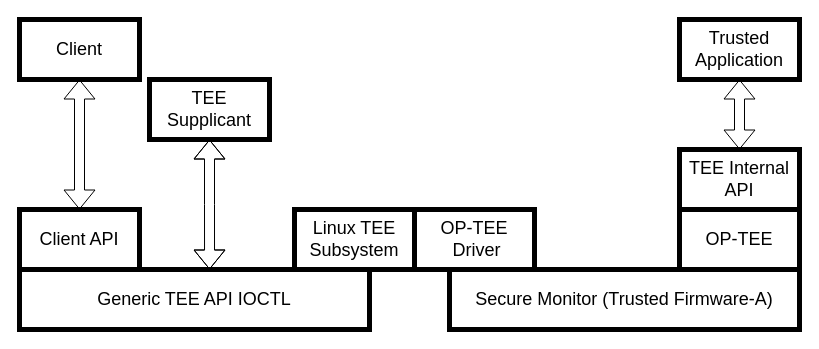
mrkct/tesi keeps this draw.io diagram as immagini/src/optee-system-architecture.drawio. Above is the earlier version. Source tidied: cells renumbered, new cells numbered last; positions are measured from the earlier drawing's top-left corner, leaving out a move shared by most shapes. Both pictures are drawn from the tidied source at 100%, with x=0, y=0 at pixel (19, 19).
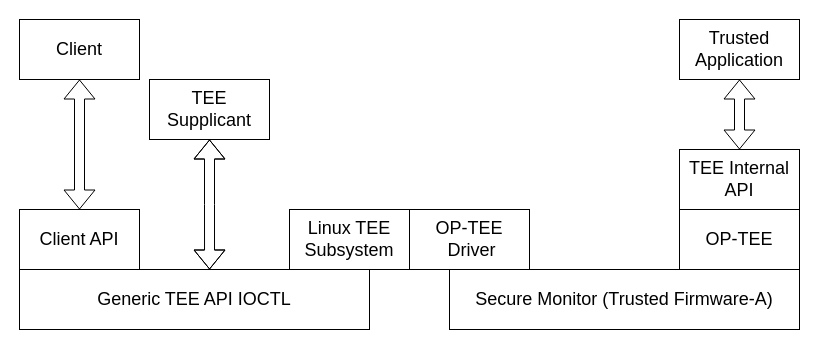
After the change.

What changed in the source:
```diff
@@
 <mxGraphModel>
   <root>
     <mxCell id="0" />
     <mxCell id="1" parent="0" />
     <mxCell id="2" style="edgeStyle=orthogonalEdgeStyle;shape=flexArrow;rounded=0;jettySize=auto;html=1;entryX=0.5;entryY=0;entryDx=0;entryDy=0;fontSize=18;endArrow=block;startArrow=block;" parent="1" edge="1" source="3" target="6">
       <mxGeometry relative="1" as="geometry" />
     </mxCell>
-    <mxCell id="3" value="&lt;font style=&quot;font-size: 18px;&quot;&gt;Client&lt;/font&gt;" style="rounded=0;whiteSpace=wrap;html=1;strokeWidth=5;" parent="1" vertex="1">
+    <mxCell id="3" value="&lt;font style=&quot;font-size: 18px;&quot;&gt;Client&lt;/font&gt;" style="rounded=0;whiteSpace=wrap;html=1;strokeWidth=1;" parent="1" vertex="1">
       <mxGeometry width="120" height="60" as="geometry" />
     </mxCell>
     <mxCell id="4" style="edgeStyle=orthogonalEdgeStyle;shape=flexArrow;rounded=0;jettySize=auto;html=1;entryX=0.543;entryY=0;entryDx=0;entryDy=0;entryPerimeter=0;fontSize=18;startArrow=block;endArrow=block;" parent="1" edge="1" source="5" target="7">
       <mxGeometry relative="1" as="geometry" />
     </mxCell>
-    <mxCell id="5" value="&lt;font style=&quot;font-size: 18px;&quot;&gt;TEE Supplicant&lt;/font&gt;" style="rounded=0;whiteSpace=wrap;html=1;strokeWidth=5;" parent="1" vertex="1">
+    <mxCell id="5" value="&lt;font style=&quot;font-size: 18px;&quot;&gt;TEE Supplicant&lt;/font&gt;" style="rounded=0;whiteSpace=wrap;html=1;strokeWidth=1;" parent="1" vertex="1">
       <mxGeometry x="130" y="60" width="120" height="60" as="geometry" />
     </mxCell>
-    <mxCell id="6" value="&lt;font style=&quot;font-size: 18px;&quot;&gt;Client API&lt;/font&gt;" style="rounded=0;whiteSpace=wrap;html=1;strokeWidth=5;" parent="1" vertex="1">
+    <mxCell id="6" value="&lt;font style=&quot;font-size: 18px;&quot;&gt;Client API&lt;/font&gt;" style="rounded=0;whiteSpace=wrap;html=1;strokeWidth=1;" parent="1" vertex="1">
       <mxGeometry y="190" width="120" height="60" as="geometry" />
     </mxCell>
-    <mxCell id="7" value="&lt;font style=&quot;font-size: 18px;&quot;&gt;Generic TEE API IOCTL&lt;/font&gt;" style="rounded=0;whiteSpace=wrap;html=1;strokeWidth=5;" parent="1" vertex="1">
+    <mxCell id="7" value="&lt;font style=&quot;font-size: 18px;&quot;&gt;Generic TEE API IOCTL&lt;/font&gt;" style="rounded=0;whiteSpace=wrap;html=1;strokeWidth=1;" parent="1" vertex="1">
       <mxGeometry y="250" width="350" height="60" as="geometry" />
     </mxCell>
-    <mxCell id="8" value="&lt;font style=&quot;font-size: 18px;&quot;&gt;Linux TEE Subsystem&lt;/font&gt;" style="rounded=0;whiteSpace=wrap;html=1;strokeWidth=5;" parent="1" vertex="1">
-      <mxGeometry x="275" y="190" width="120" height="60" as="geometry" />
+    <mxCell id="8" value="&lt;font style=&quot;font-size: 18px;&quot;&gt;Linux TEE Subsystem&lt;/font&gt;" style="rounded=0;whiteSpace=wrap;html=1;strokeWidth=1;" parent="1" vertex="1">
+      <mxGeometry x="270" y="190" width="120" height="60" as="geometry" />
     </mxCell>
-    <mxCell id="9" value="&lt;div&gt;&lt;font style=&quot;font-size: 18px;&quot;&gt;OP-TEE&lt;/font&gt;&lt;/div&gt;&lt;div&gt;&lt;font style=&quot;font-size: 18px;&quot;&gt;&amp;nbsp;Driver&lt;/font&gt;&lt;/div&gt;" style="rounded=0;whiteSpace=wrap;html=1;strokeWidth=5;" parent="1" vertex="1">
-      <mxGeometry x="395" y="190" width="120" height="60" as="geometry" />
+    <mxCell id="9" value="&lt;div&gt;&lt;font style=&quot;font-size: 18px;&quot;&gt;OP-TEE&lt;/font&gt;&lt;/div&gt;&lt;div&gt;&lt;font style=&quot;font-size: 18px;&quot;&gt;&amp;nbsp;Driver&lt;/font&gt;&lt;/div&gt;" style="rounded=0;whiteSpace=wrap;html=1;strokeWidth=1;" parent="1" vertex="1">
+      <mxGeometry x="390" y="190" width="120" height="60" as="geometry" />
     </mxCell>
-    <mxCell id="10" value="&lt;font style=&quot;font-size: 18px;&quot;&gt;Secure Monitor (Trusted Firmware-A)&lt;/font&gt;" style="rounded=0;whiteSpace=wrap;html=1;strokeWidth=5;" parent="1" vertex="1">
+    <mxCell id="10" value="&lt;font style=&quot;font-size: 18px;&quot;&gt;Secure Monitor (Trusted Firmware-A)&lt;/font&gt;" style="rounded=0;whiteSpace=wrap;html=1;strokeWidth=1;" parent="1" vertex="1">
       <mxGeometry x="430" y="250" width="350" height="60" as="geometry" />
     </mxCell>
-    <mxCell id="11" value="&lt;font style=&quot;font-size: 18px;&quot;&gt;OP-TEE&lt;/font&gt;" style="rounded=0;whiteSpace=wrap;html=1;strokeWidth=5;" parent="1" vertex="1">
+    <mxCell id="11" value="&lt;font style=&quot;font-size: 18px;&quot;&gt;OP-TEE&lt;/font&gt;" style="rounded=0;whiteSpace=wrap;html=1;strokeWidth=1;" parent="1" vertex="1">
       <mxGeometry x="660" y="190" width="120" height="60" as="geometry" />
     </mxCell>
-    <mxCell id="12" value="&lt;font style=&quot;font-size: 18px;&quot;&gt;TEE Internal API&lt;/font&gt;" style="rounded=0;whiteSpace=wrap;html=1;strokeWidth=5;" parent="1" vertex="1">
+    <mxCell id="12" value="&lt;font style=&quot;font-size: 18px;&quot;&gt;TEE Internal API&lt;/font&gt;" style="rounded=0;whiteSpace=wrap;html=1;strokeWidth=1;" parent="1" vertex="1">
       <mxGeometry x="660" y="130" width="120" height="60" as="geometry" />
     </mxCell>
     <mxCell id="13" style="edgeStyle=orthogonalEdgeStyle;shape=flexArrow;rounded=0;jettySize=auto;html=1;entryX=0.5;entryY=0;entryDx=0;entryDy=0;fontSize=18;startArrow=block;endArrow=block;" parent="1" edge="1" source="14" target="12">
       <mxGeometry relative="1" as="geometry" />
     </mxCell>
-    <mxCell id="14" value="&lt;font style=&quot;font-size: 18px;&quot;&gt;Trusted Application&lt;/font&gt;" style="rounded=0;whiteSpace=wrap;html=1;strokeWidth=5;" parent="1" vertex="1">
+    <mxCell id="14" value="&lt;font style=&quot;font-size: 18px;&quot;&gt;Trusted Application&lt;/font&gt;" style="rounded=0;whiteSpace=wrap;html=1;strokeWidth=1;" parent="1" vertex="1">
       <mxGeometry x="660" width="120" height="60" as="geometry" />
     </mxCell>
   </root>
 </mxGraphModel>
```
